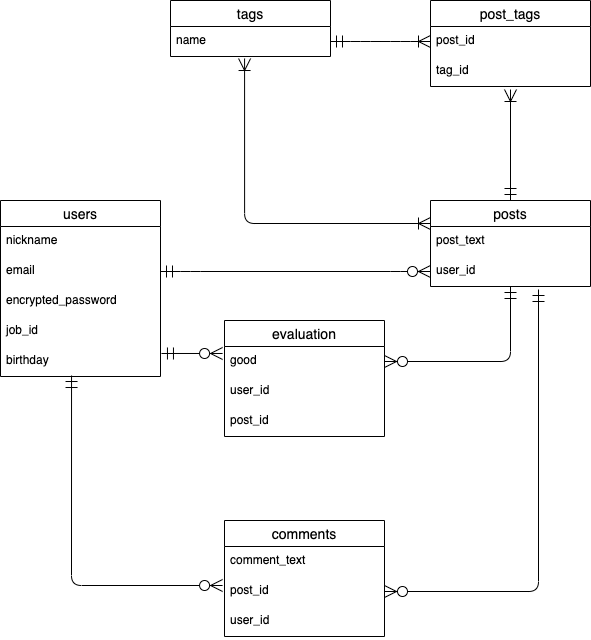
Before: ER図.png, a diagram exported from draw.io (mureT-ani/output_base). Source tidied: cells renumbered, new cells last; positions are measured from the earlier drawing's top-left corner, leaving out a move shared by most shapes. Its diagram source:
```xml
<mxGraphModel>
  <root>
    <mxCell id="0" />
    <mxCell id="1" parent="0" />
    <mxCell id="2" value="users" style="swimlane;fontStyle=0;horizontal=1;startSize=26;align=center;fontSize=14;" parent="1" vertex="1">
      <mxGeometry y="200" width="160" height="176" as="geometry" />
    </mxCell>
    <mxCell id="3" value="nickname" style="text;strokeColor=none;fillColor=none;spacingLeft=4;spacingRight=4;overflow=hidden;fontSize=12;" parent="2" vertex="1">
      <mxGeometry y="26" width="160" height="30" as="geometry" />
    </mxCell>
    <mxCell id="4" value="email" style="text;strokeColor=none;fillColor=none;spacingLeft=4;spacingRight=4;overflow=hidden;points=[[0,0.5],[1,0.5]];portConstraint=eastwest;fontSize=12;" parent="2" vertex="1">
      <mxGeometry y="56" width="160" height="30" as="geometry" />
    </mxCell>
    <mxCell id="5" value="encrypted_password" style="text;strokeColor=none;fillColor=none;spacingLeft=4;spacingRight=4;overflow=hidden;fontSize=12;" parent="2" vertex="1">
      <mxGeometry y="86" width="160" height="30" as="geometry" />
    </mxCell>
    <mxCell id="6" value="job_id" style="text;strokeColor=none;fillColor=none;spacingLeft=4;spacingRight=4;overflow=hidden;fontSize=12;" parent="2" vertex="1">
      <mxGeometry y="116" width="160" height="30" as="geometry" />
    </mxCell>
    <mxCell id="7" value="birthday" style="text;strokeColor=none;fillColor=none;spacingLeft=4;spacingRight=4;overflow=hidden;points=[[0,0.5],[1,0.5]];portConstraint=eastwest;fontSize=12;" parent="2" vertex="1">
      <mxGeometry y="146" width="160" height="30" as="geometry" />
    </mxCell>
    <mxCell id="8" value="posts" style="swimlane;fontStyle=0;horizontal=1;startSize=26;align=center;fontSize=14;" parent="1" vertex="1">
      <mxGeometry x="430" y="200" width="160" height="86" as="geometry" />
    </mxCell>
    <mxCell id="9" value="post_text" style="text;strokeColor=none;fillColor=none;spacingLeft=4;spacingRight=4;overflow=hidden;fontSize=12;" parent="8" vertex="1">
      <mxGeometry y="26" width="160" height="30" as="geometry" />
    </mxCell>
    <mxCell id="10" value="user_id" style="text;strokeColor=none;fillColor=none;spacingLeft=4;spacingRight=4;overflow=hidden;points=[[0,0.5],[1,0.5]];portConstraint=eastwest;fontSize=12;" parent="8" vertex="1">
      <mxGeometry y="56" width="160" height="30" as="geometry" />
    </mxCell>
    <mxCell id="11" value="comments" style="swimlane;fontStyle=0;horizontal=1;startSize=26;align=center;fontSize=14;" parent="1" vertex="1">
      <mxGeometry x="224" y="520" width="160" height="116" as="geometry" />
    </mxCell>
    <mxCell id="12" value="comment_text" style="text;strokeColor=none;fillColor=none;spacingLeft=4;spacingRight=4;overflow=hidden;fontSize=12;fontStyle=0;" parent="11" vertex="1">
      <mxGeometry y="26" width="160" height="30" as="geometry" />
    </mxCell>
    <mxCell id="13" value="post_id" style="text;strokeColor=none;fillColor=none;spacingLeft=4;spacingRight=4;overflow=hidden;points=[[0,0.5],[1,0.5]];portConstraint=eastwest;fontSize=12;" parent="11" vertex="1">
      <mxGeometry y="56" width="160" height="30" as="geometry" />
    </mxCell>
    <mxCell id="14" value="user_id" style="text;strokeColor=none;fillColor=none;spacingLeft=4;spacingRight=4;overflow=hidden;fontSize=12;" parent="11" vertex="1">
      <mxGeometry y="86" width="160" height="30" as="geometry" />
    </mxCell>
    <mxCell id="15" style="edgeStyle=orthogonalEdgeStyle;fontSize=12;html=1;endArrow=ERzeroToMany;startArrow=ERmandOne;exitX=0.444;exitY=0.967;exitDx=0;exitDy=0;exitPerimeter=0;entryX=-0.012;entryY=0.3;entryDx=0;entryDy=0;entryPerimeter=0;endSize=10;startSize=10;" parent="1" edge="1" source="7" target="13">
      <mxGeometry relative="1" as="geometry">
        <Array as="points">
          <mxPoint x="71" y="585" />
        </Array>
      </mxGeometry>
    </mxCell>
    <mxCell id="16" style="edgeStyle=entityRelationEdgeStyle;fontSize=12;html=1;endArrow=ERzeroToMany;startArrow=ERmandOne;exitX=1;exitY=0.5;exitDx=0;exitDy=0;entryX=0;entryY=0.5;entryDx=0;entryDy=0;endSize=10;startSize=10;" parent="1" edge="1" source="4" target="10">
      <mxGeometry relative="1" as="geometry" />
    </mxCell>
    <mxCell id="17" value="evaluation" style="swimlane;fontStyle=0;horizontal=1;startSize=26;align=center;fontSize=14;" parent="1" vertex="1">
      <mxGeometry x="224" y="320" width="160" height="116" as="geometry" />
    </mxCell>
    <mxCell id="18" value="good" style="text;strokeColor=none;fillColor=none;spacingLeft=4;spacingRight=4;overflow=hidden;points=[[0,0.5],[1,0.5]];portConstraint=eastwest;fontSize=12;" parent="17" vertex="1">
      <mxGeometry y="26" width="160" height="30" as="geometry" />
    </mxCell>
    <mxCell id="19" value="user_id" style="text;strokeColor=none;fillColor=none;spacingLeft=4;spacingRight=4;overflow=hidden;fontSize=12;" parent="17" vertex="1">
      <mxGeometry y="56" width="160" height="30" as="geometry" />
    </mxCell>
    <mxCell id="20" value="post_id" style="text;strokeColor=none;fillColor=none;spacingLeft=4;spacingRight=4;overflow=hidden;fontSize=12;" parent="17" vertex="1">
      <mxGeometry y="86" width="160" height="30" as="geometry" />
    </mxCell>
    <mxCell id="21" style="edgeStyle=orthogonalEdgeStyle;fontSize=12;html=1;endArrow=ERzeroToMany;startArrow=ERmandOne;entryX=1;entryY=0.5;entryDx=0;entryDy=0;exitX=0.675;exitY=1.1;exitDx=0;exitDy=0;exitPerimeter=0;endSize=10;startSize=10;" parent="1" edge="1" source="10" target="13">
      <mxGeometry relative="1" as="geometry">
        <Array as="points">
          <mxPoint x="538" y="591" />
        </Array>
      </mxGeometry>
    </mxCell>
    <mxCell id="22" style="fontSize=12;html=1;endArrow=ERzeroToMany;startArrow=ERmandOne;exitX=1.006;exitY=0.233;exitDx=0;exitDy=0;exitPerimeter=0;endSize=10;startSize=10;entryX=-0.012;entryY=0.233;entryDx=0;entryDy=0;entryPerimeter=0;" parent="1" edge="1" source="7" target="18">
      <mxGeometry relative="1" as="geometry" />
    </mxCell>
    <mxCell id="23" style="edgeStyle=orthogonalEdgeStyle;fontSize=12;html=1;endArrow=ERzeroToMany;startArrow=ERmandOne;entryX=1;entryY=0.5;entryDx=0;entryDy=0;endSize=10;startSize=10;" parent="1" edge="1" source="8" target="18">
      <mxGeometry relative="1" as="geometry" />
    </mxCell>
    <mxCell id="24" value="tags" style="swimlane;fontStyle=0;horizontal=1;startSize=26;align=center;fontSize=14;" parent="1" vertex="1">
      <mxGeometry x="170" width="160" height="56" as="geometry" />
    </mxCell>
    <mxCell id="25" value="name" style="text;strokeColor=none;fillColor=none;spacingLeft=4;spacingRight=4;overflow=hidden;points=[[0,0.5],[1,0.5]];portConstraint=eastwest;fontSize=12;" parent="24" vertex="1">
      <mxGeometry y="26" width="160" height="30" as="geometry" />
    </mxCell>
    <mxCell id="26" value="post_tags" style="swimlane;fontStyle=0;horizontal=1;startSize=26;align=center;fontSize=14;" parent="1" vertex="1">
      <mxGeometry x="430" width="160" height="86" as="geometry" />
    </mxCell>
    <mxCell id="27" value="post_id" style="text;strokeColor=none;fillColor=none;spacingLeft=4;spacingRight=4;overflow=hidden;points=[[0,0.5],[1,0.5]];portConstraint=eastwest;fontSize=12;" parent="26" vertex="1">
      <mxGeometry y="26" width="160" height="30" as="geometry" />
    </mxCell>
    <mxCell id="28" value="tag_id" style="text;strokeColor=none;fillColor=none;spacingLeft=4;spacingRight=4;overflow=hidden;points=[[0,0.5],[1,0.5]];portConstraint=eastwest;fontSize=12;" parent="26" vertex="1">
      <mxGeometry y="56" width="160" height="30" as="geometry" />
    </mxCell>
    <mxCell id="29" style="edgeStyle=entityRelationEdgeStyle;fontSize=12;html=1;endArrow=ERoneToMany;startArrow=ERmandOne;exitX=1;exitY=0.5;exitDx=0;exitDy=0;entryX=0;entryY=0.5;entryDx=0;entryDy=0;endSize=10;startSize=10;" parent="1" edge="1" source="25" target="27">
      <mxGeometry relative="1" as="geometry" />
    </mxCell>
    <mxCell id="30" style="fontSize=12;html=1;endArrow=ERoneToMany;startArrow=ERmandOne;exitX=0.5;exitY=0;exitDx=0;exitDy=0;entryX=0.5;entryY=1.1;entryDx=0;entryDy=0;endSize=10;startSize=10;entryPerimeter=0;" parent="1" edge="1" source="8" target="28">
      <mxGeometry relative="1" as="geometry" />
    </mxCell>
    <mxCell id="31" style="fontSize=12;html=1;endArrow=ERoneToMany;startArrow=ERoneToMany;exitX=0.463;exitY=1.067;exitDx=0;exitDy=0;exitPerimeter=0;edgeStyle=orthogonalEdgeStyle;endSize=10;startSize=10;" parent="1" edge="1" source="25" target="8">
      <mxGeometry relative="1" as="geometry">
        <Array as="points">
          <mxPoint x="244" y="223" />
        </Array>
      </mxGeometry>
    </mxCell>
  </root>
</mxGraphModel>
```
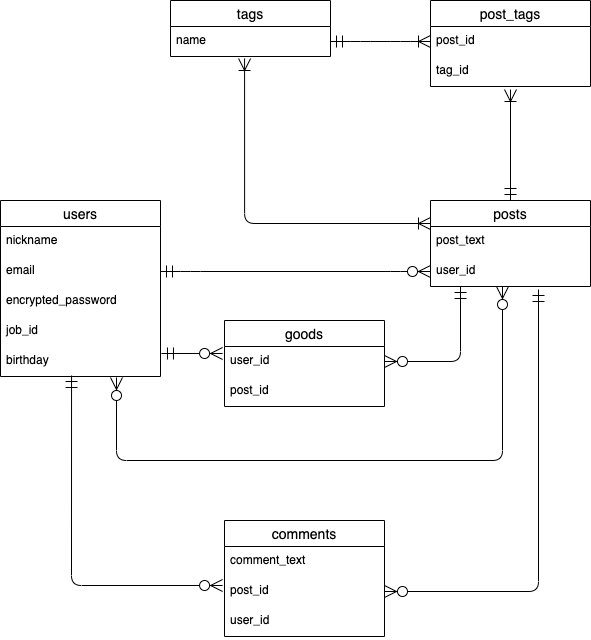
After the change.

Change to the diagram source:
```diff
@@ -51,17 +51,14 @@
     <mxCell id="16" style="edgeStyle=entityRelationEdgeStyle;fontSize=12;html=1;endArrow=ERzeroToMany;startArrow=ERmandOne;exitX=1;exitY=0.5;exitDx=0;exitDy=0;entryX=0;entryY=0.5;entryDx=0;entryDy=0;endSize=10;startSize=10;" parent="1" edge="1" source="4" target="10">
       <mxGeometry relative="1" as="geometry" />
     </mxCell>
-    <mxCell id="17" value="evaluation" style="swimlane;fontStyle=0;horizontal=1;startSize=26;align=center;fontSize=14;" parent="1" vertex="1">
-      <mxGeometry x="224" y="320" width="160" height="116" as="geometry" />
+    <mxCell id="17" value="goods" style="swimlane;fontStyle=0;horizontal=1;startSize=26;align=center;fontSize=14;" parent="1" vertex="1">
+      <mxGeometry x="224" y="320" width="160" height="86" as="geometry" />
     </mxCell>
-    <mxCell id="18" value="good" style="text;strokeColor=none;fillColor=none;spacingLeft=4;spacingRight=4;overflow=hidden;points=[[0,0.5],[1,0.5]];portConstraint=eastwest;fontSize=12;" parent="17" vertex="1">
-      <mxGeometry y="26" width="160" height="30" as="geometry" />
-    </mxCell>
     <mxCell id="19" value="user_id" style="text;strokeColor=none;fillColor=none;spacingLeft=4;spacingRight=4;overflow=hidden;fontSize=12;" parent="17" vertex="1">
-      <mxGeometry y="56" width="160" height="30" as="geometry" />
+      <mxGeometry y="26" width="160" height="30" as="geometry" />
     </mxCell>
     <mxCell id="20" value="post_id" style="text;strokeColor=none;fillColor=none;spacingLeft=4;spacingRight=4;overflow=hidden;fontSize=12;" parent="17" vertex="1">
-      <mxGeometry y="86" width="160" height="30" as="geometry" />
+      <mxGeometry y="56" width="160" height="30" as="geometry" />
     </mxCell>
     <mxCell id="21" style="edgeStyle=orthogonalEdgeStyle;fontSize=12;html=1;endArrow=ERzeroToMany;startArrow=ERmandOne;entryX=1;entryY=0.5;entryDx=0;entryDy=0;exitX=0.675;exitY=1.1;exitDx=0;exitDy=0;exitPerimeter=0;endSize=10;startSize=10;" parent="1" edge="1" source="10" target="13">
       <mxGeometry relative="1" as="geometry">
@@ -70,11 +67,18 @@
         </Array>
       </mxGeometry>
     </mxCell>
-    <mxCell id="22" style="fontSize=12;html=1;endArrow=ERzeroToMany;startArrow=ERmandOne;exitX=1.006;exitY=0.233;exitDx=0;exitDy=0;exitPerimeter=0;endSize=10;startSize=10;entryX=-0.012;entryY=0.233;entryDx=0;entryDy=0;entryPerimeter=0;" parent="1" edge="1" source="7" target="18">
-      <mxGeometry relative="1" as="geometry" />
+    <mxCell id="22" style="fontSize=12;html=1;endArrow=ERzeroToMany;startArrow=ERmandOne;exitX=1.006;exitY=0.233;exitDx=0;exitDy=0;exitPerimeter=0;endSize=10;startSize=10;entryX=-0.012;entryY=0.233;entryDx=0;entryDy=0;entryPerimeter=0;" parent="1" edge="1" source="7">
+      <mxGeometry relative="1" as="geometry">
+        <mxPoint x="222.1" y="353" as="targetPoint" />
+      </mxGeometry>
     </mxCell>
-    <mxCell id="23" style="edgeStyle=orthogonalEdgeStyle;fontSize=12;html=1;endArrow=ERzeroToMany;startArrow=ERmandOne;entryX=1;entryY=0.5;entryDx=0;entryDy=0;endSize=10;startSize=10;" parent="1" edge="1" source="8" target="18">
-      <mxGeometry relative="1" as="geometry" />
+    <mxCell id="23" style="edgeStyle=orthogonalEdgeStyle;fontSize=12;html=1;endArrow=ERzeroToMany;startArrow=ERmandOne;entryX=1;entryY=0.5;entryDx=0;entryDy=0;endSize=10;startSize=10;" parent="1" edge="1" source="8">
+      <mxGeometry relative="1" as="geometry">
+        <mxPoint x="384" y="361" as="targetPoint" />
+        <Array as="points">
+          <mxPoint x="460" y="361" />
+        </Array>
+      </mxGeometry>
     </mxCell>
     <mxCell id="24" value="tags" style="swimlane;fontStyle=0;horizontal=1;startSize=26;align=center;fontSize=14;" parent="1" vertex="1">
       <mxGeometry x="170" width="160" height="56" as="geometry" />
@@ -104,5 +108,13 @@
         </Array>
       </mxGeometry>
     </mxCell>
+    <mxCell id="32" style="edgeStyle=orthogonalEdgeStyle;fontSize=12;html=1;endArrow=ERzeroToMany;endFill=1;startArrow=ERzeroToMany;exitX=0.725;exitY=1.033;exitDx=0;exitDy=0;exitPerimeter=0;entryX=0.45;entryY=1;entryDx=0;entryDy=0;entryPerimeter=0;endSize=10;startSize=10;" parent="1" edge="1" source="7" target="10">
+      <mxGeometry relative="1" as="geometry">
+        <Array as="points">
+          <mxPoint x="116" y="460" />
+          <mxPoint x="502" y="460" />
+        </Array>
+      </mxGeometry>
+    </mxCell>
   </root>
 </mxGraphModel>
```
